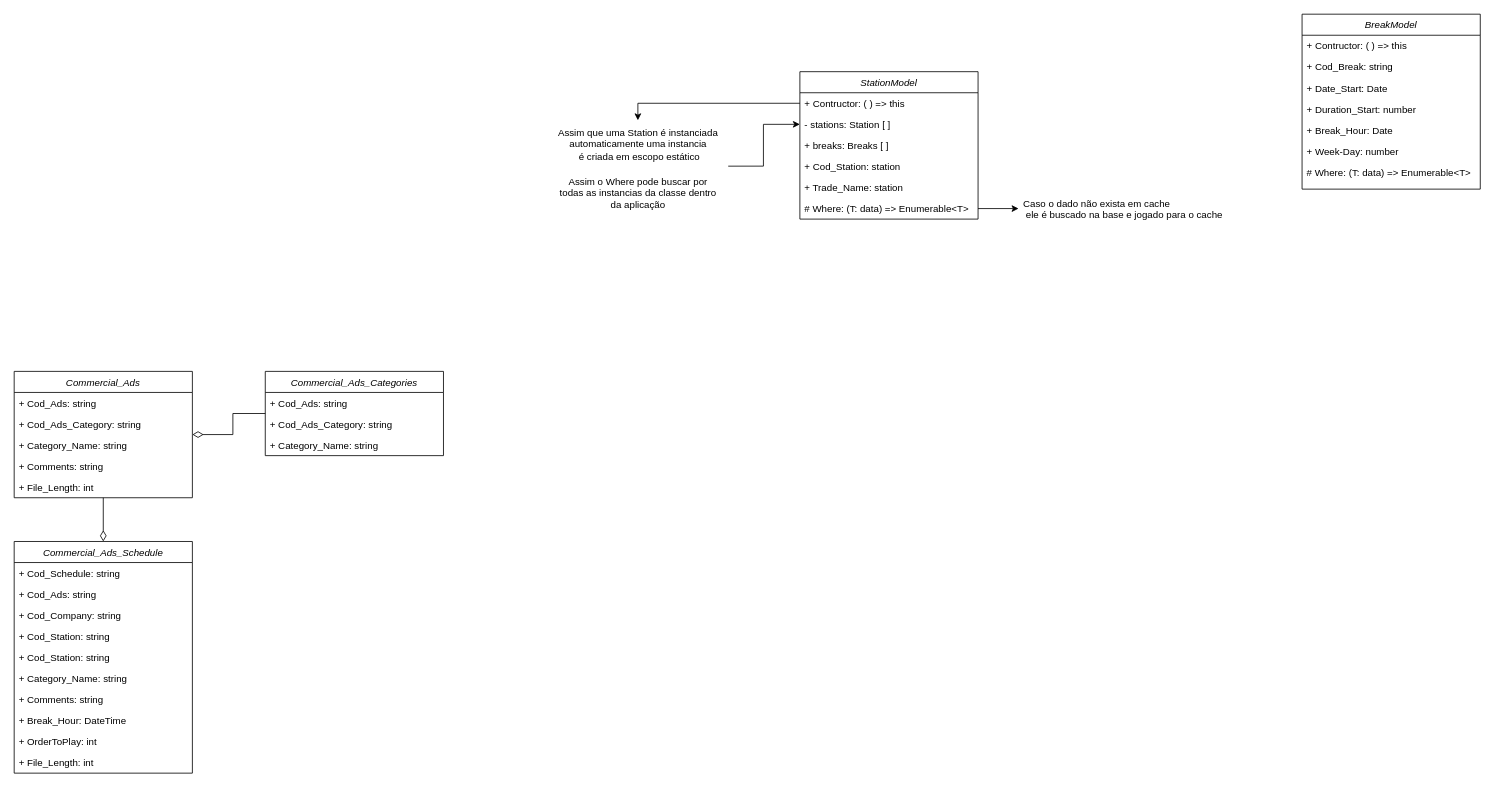
Before: Programatica.drawio in Vusmonth/uml, a draw.io diagram. Source tidied: cells renumbered, new cells numbered last; positions are measured from the earlier drawing's top-left corner, leaving out a move shared by most shapes. Both pictures are drawn from the tidied source at 81%, with x=0, y=0 at pixel (14, 14).
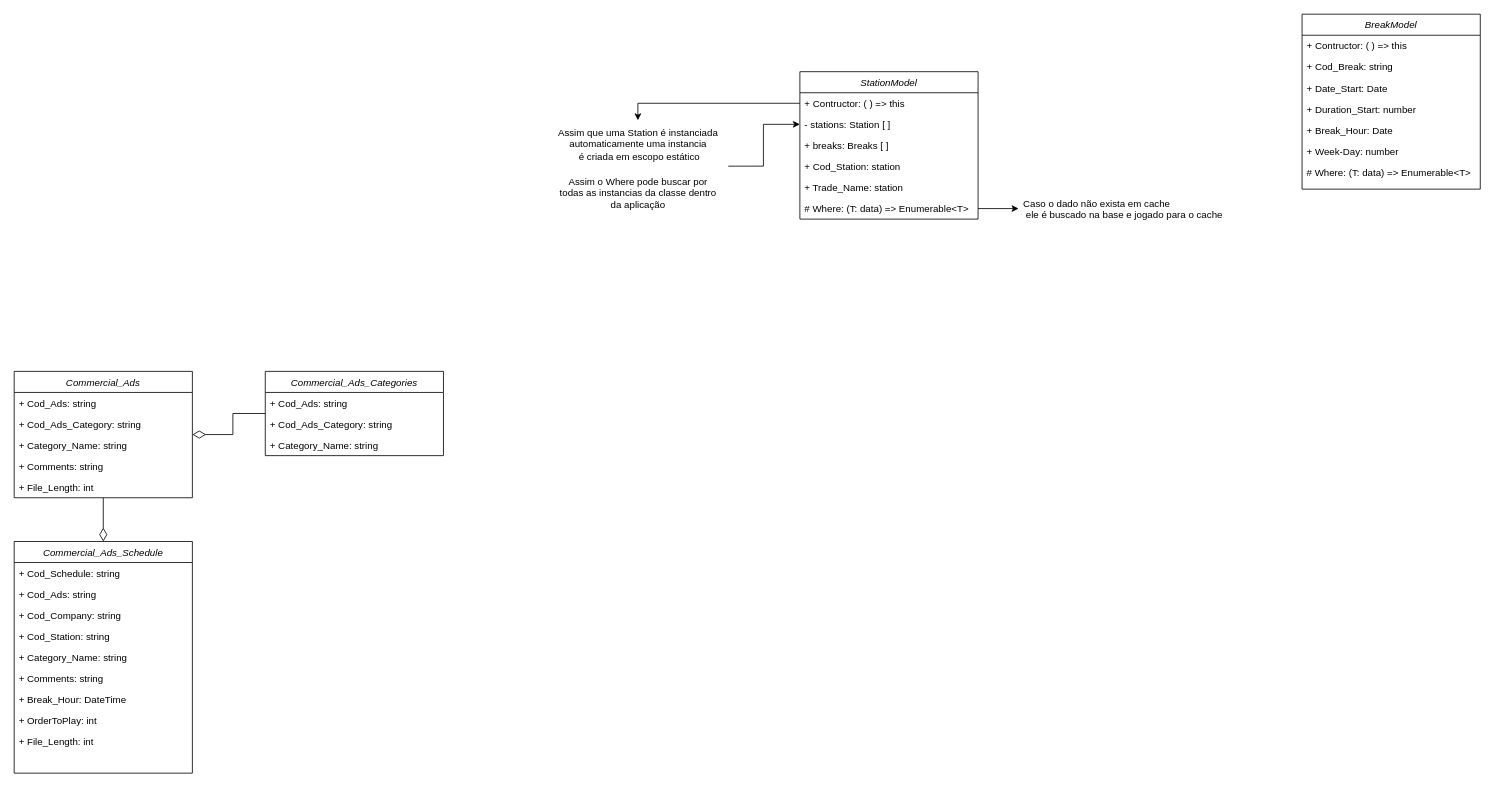
After the change.

The change refers to these unchanged cells:
```xml
<mxCell id="23" value="Commercial_Ads_Schedule" style="swimlane;fontStyle=2;align=center;verticalAlign=top;horizontal=1;startSize=26;rounded=0;shadow=0;strokeWidth=1;labelBackgroundColor=none;" parent="1" vertex="1">
  <mxGeometry y="651" width="220" height="286" as="geometry" />
</mxCell>
<mxCell id="35" value="Commercial_Ads_Categories" style="swimlane;fontStyle=2;align=center;verticalAlign=top;horizontal=1;startSize=26;rounded=0;shadow=0;strokeWidth=1;labelBackgroundColor=none;" parent="1" vertex="1">
  <mxGeometry x="310" y="441" width="220" height="104" as="geometry" />
</mxCell>
<mxCell id="40" value="Commercial_Ads" style="swimlane;fontStyle=2;align=center;verticalAlign=top;horizontal=1;startSize=26;rounded=0;shadow=0;strokeWidth=1;labelBackgroundColor=none;" parent="1" vertex="1">
  <mxGeometry y="441" width="220" height="156" as="geometry" />
</mxCell>
```

The edit, as a diff of the source:
```diff
@@
-    <mxCell id="28" value="+ Cod_Station: string" style="text;align=left;verticalAlign=top;spacingLeft=4;spacingRight=4;overflow=hidden;labelBackgroundColor=none;" parent="23" vertex="1">
-      <mxGeometry y="130" width="220" height="26" as="geometry" />
-    </mxCell>
     <mxCell id="29" value="+ Category_Name: string" style="text;align=left;verticalAlign=top;spacingLeft=4;spacingRight=4;overflow=hidden;labelBackgroundColor=none;" parent="23" vertex="1">
-      <mxGeometry y="156" width="220" height="26" as="geometry" />
+      <mxGeometry y="130" width="220" height="26" as="geometry" />
     </mxCell>
     <mxCell id="30" value="+ Comments: string" style="text;align=left;verticalAlign=top;spacingLeft=4;spacingRight=4;overflow=hidden;labelBackgroundColor=none;" parent="23" vertex="1">
-      <mxGeometry y="182" width="220" height="26" as="geometry" />
+      <mxGeometry y="156" width="220" height="26" as="geometry" />
     </mxCell>
     <mxCell id="31" value="+ Break_Hour: DateTime" style="text;align=left;verticalAlign=top;spacingLeft=4;spacingRight=4;overflow=hidden;labelBackgroundColor=none;" parent="23" vertex="1">
-      <mxGeometry y="208" width="220" height="26" as="geometry" />
+      <mxGeometry y="182" width="220" height="26" as="geometry" />
     </mxCell>
     <mxCell id="32" value="+ OrderToPlay: int" style="text;align=left;verticalAlign=top;spacingLeft=4;spacingRight=4;overflow=hidden;labelBackgroundColor=none;" parent="23" vertex="1">
-      <mxGeometry y="234" width="220" height="26" as="geometry" />
+      <mxGeometry y="208" width="220" height="26" as="geometry" />
     </mxCell>
     <mxCell id="33" value="+ File_Length: int" style="text;align=left;verticalAlign=top;spacingLeft=4;spacingRight=4;overflow=hidden;labelBackgroundColor=none;" parent="23" vertex="1">
-      <mxGeometry y="260" width="220" height="26" as="geometry" />
+      <mxGeometry y="234" width="220" height="26" as="geometry" />
     </mxCell>
-    <mxCell id="34" style="edgeStyle=orthogonalEdgeStyle;rounded=0;jettySize=auto;html=1;entryX=1;entryY=0.5;entryDx=0;entryDy=0;endArrow=diamondThin;endFill=0;endSize=11;" parent="1" edge="1" source="35" target="40">
+    <mxCell id="34" style="edgeStyle=orthogonalEdgeStyle;rounded=0;jettySize=auto;html=1;entryX=1;entryY=0.5;entryDx=0;entryDy=0;endArrow=diamondThin;endFill=0;endSize=14;" parent="1" edge="1" source="35" target="40">
       <mxGeometry relative="1" as="geometry" />
     </mxCell>
@@
-    <mxCell id="39" style="edgeStyle=orthogonalEdgeStyle;rounded=0;jettySize=auto;html=1;exitX=0.5;exitY=1;exitDx=0;exitDy=0;entryX=0.5;entryY=0;entryDx=0;entryDy=0;endArrow=diamondThin;endFill=0;endSize=11;" parent="1" edge="1" source="40" target="23">
+    <mxCell id="39" style="edgeStyle=orthogonalEdgeStyle;rounded=0;jettySize=auto;html=1;exitX=0.5;exitY=1;exitDx=0;exitDy=0;entryX=0.5;entryY=0;entryDx=0;entryDy=0;endArrow=diamondThin;endFill=0;endSize=14;" parent="1" edge="1" source="40" target="23">
       <mxGeometry relative="1" as="geometry" />
     </mxCell>
```
